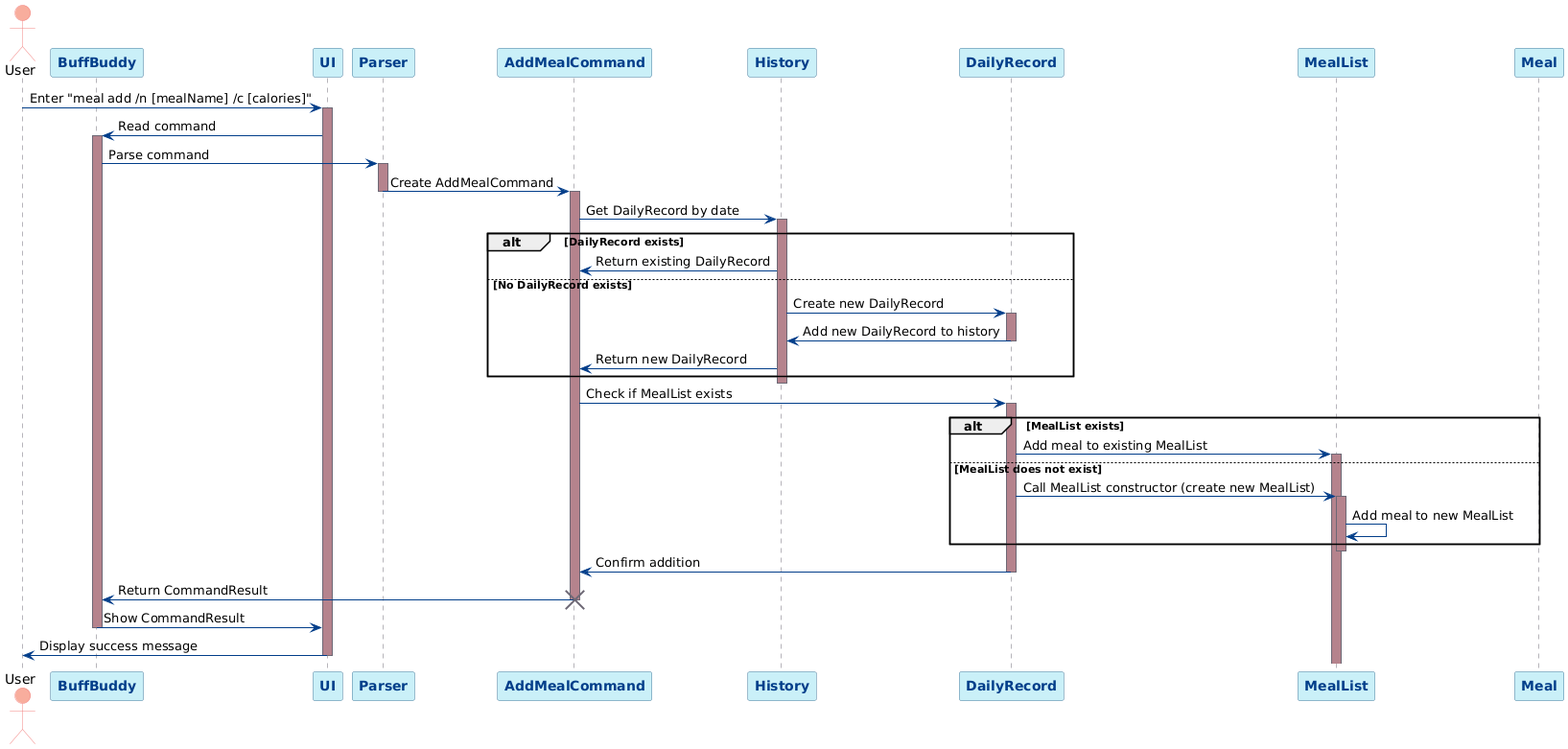
Earlier version of the PlantUML export docs/images/addMealSequenceDiagram.png (nus-cs2113-AY2425S1/tp).
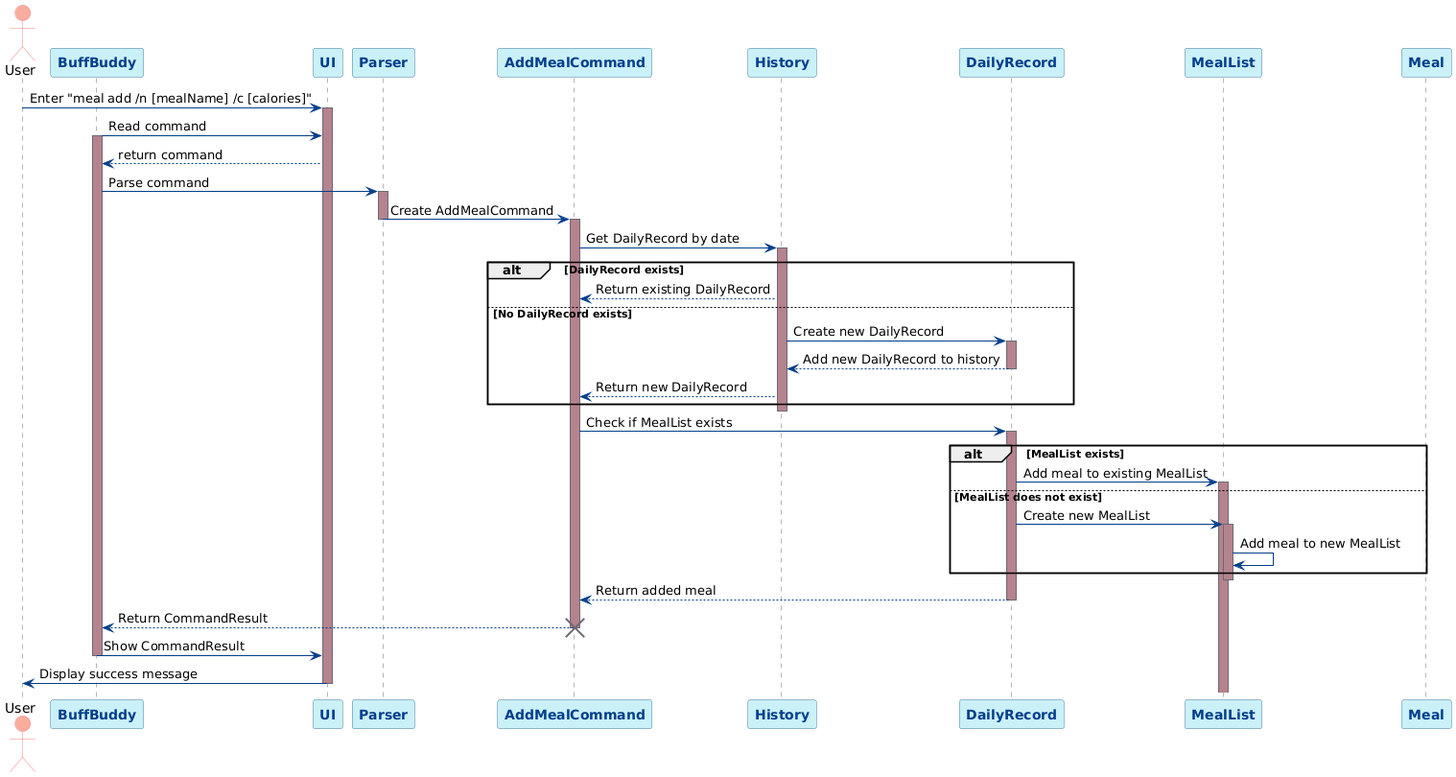
The same file after the commit.

Commit message:
Updated AddMeal feature sequence diagram in DG

Diff of the diagram source:
```diff
@@ -29,8 +29,9 @@
 
 User -> UI: Enter "meal add /n [mealName] /c [calories]"
 activate UI
-UI -> BB: Read command
+BB -> UI: Read command
 activate BB
+UI --> BB: return command
 BB -> Parser: Parse command
 activate Parser
 
@@ -42,13 +43,13 @@
 activate History
 
 alt DailyRecord exists
-  History -> AddCmd: Return existing DailyRecord
+  History --> AddCmd: Return existing DailyRecord
 else No DailyRecord exists
   History -> DailyRec: Create new DailyRecord
   activate DailyRec
-  DailyRec -> History: Add new DailyRecord to history
+  DailyRec --> History: Add new DailyRecord to history
   deactivate DailyRec
-  History -> AddCmd: Return new DailyRecord
+  History --> AddCmd: Return new DailyRecord
 end
 deactivate History
 
@@ -59,15 +60,15 @@
   DailyRec -> MealList: Add meal to existing MealList
   activate MealList
 else MealList does not exist
-  DailyRec -> MealList: Call MealList constructor (create new MealList)
+  DailyRec -> MealList: Create new MealList
   activate MealList
   MealList -> MealList: Add meal to new MealList
 end
 deactivate MealList
-DailyRec -> AddCmd: Confirm addition
+DailyRec --> AddCmd: Return added meal
 deactivate DailyRec
 
-AddCmd -> BB: Return CommandResult
+AddCmd --> BB: Return CommandResult
 deactivate AddCmd
 destroy AddCmd
 
```
